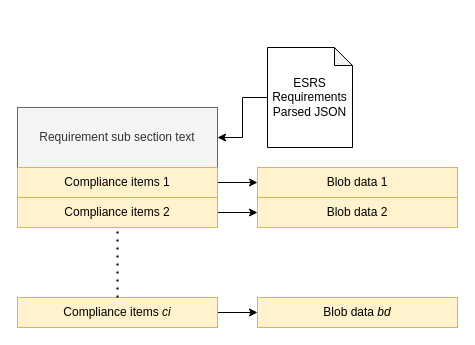
Before: page "Page-3" (3 of 5) of ir_sys.drawio in prabhupad26/100daysofML, a draw.io diagram. Source tidied: cells renumbered, new cells numbered last; positions are measured from the earlier drawing's top-left corner, leaving out a move shared by most shapes. Both pictures are drawn from the tidied source at 100%, with x=0, y=0 at pixel (17, 47).
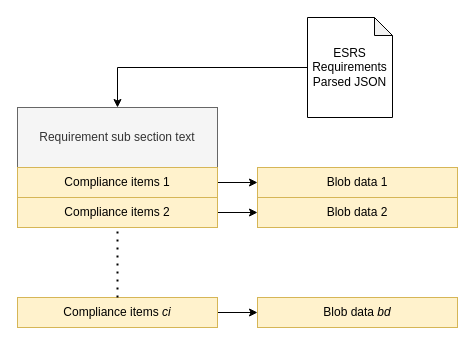
The same page after the edit.

The edit, as a diff of the source:
```diff
@@
 <mxGraphModel>
   <root>
     <mxCell id="0" />
     <mxCell id="1" parent="0" />
     <mxCell id="2" value="Requirement sub section text" style="rounded=0;whiteSpace=wrap;html=1;fillColor=#f5f5f5;strokeColor=#666666;fontColor=#333333;" parent="1" vertex="1">
       <mxGeometry y="60" width="200" height="60" as="geometry" />
     </mxCell>
     <mxCell id="3" style="edgeStyle=orthogonalEdgeStyle;rounded=0;jettySize=auto;html=1;entryX=0;entryY=0.5;entryDx=0;entryDy=0;" parent="1" edge="1" source="4" target="12">
       <mxGeometry relative="1" as="geometry" />
     </mxCell>
     <mxCell id="4" value="Compliance items 1" style="rounded=0;whiteSpace=wrap;html=1;fillColor=#fff2cc;strokeColor=#d6b656;" parent="1" vertex="1">
       <mxGeometry y="120" width="200" height="30" as="geometry" />
     </mxCell>
     <mxCell id="5" style="edgeStyle=orthogonalEdgeStyle;rounded=0;jettySize=auto;html=1;" parent="1" edge="1" source="6" target="14">
       <mxGeometry relative="1" as="geometry" />
     </mxCell>
     <mxCell id="6" value="Compliance items &lt;i&gt;ci&lt;/i&gt;" style="rounded=0;whiteSpace=wrap;html=1;fillColor=#fff2cc;strokeColor=#d6b656;" parent="1" vertex="1">
       <mxGeometry y="250" width="200" height="30" as="geometry" />
     </mxCell>
     <mxCell id="7" style="edgeStyle=orthogonalEdgeStyle;rounded=0;jettySize=auto;html=1;" parent="1" edge="1" source="8" target="13">
       <mxGeometry relative="1" as="geometry" />
     </mxCell>
     <mxCell id="8" value="Compliance items 2" style="rounded=0;whiteSpace=wrap;html=1;fillColor=#fff2cc;strokeColor=#d6b656;" parent="1" vertex="1">
       <mxGeometry y="150" width="200" height="30" as="geometry" />
     </mxCell>
     <mxCell id="9" style="endArrow=none;dashed=1;html=1;dashPattern=1 3;strokeWidth=2;rounded=0;entryX=0.5;entryY=1;entryDx=0;entryDy=0;exitX=0.5;exitY=0;exitDx=0;exitDy=0;" parent="1" edge="1" source="6" target="8">
       <mxGeometry relative="1" as="geometry" />
     </mxCell>
-    <mxCell id="10" style="edgeStyle=orthogonalEdgeStyle;rounded=0;jettySize=auto;html=1;entryX=1;entryY=0.5;entryDx=0;entryDy=0;" parent="1" edge="1" source="11" target="2">
+    <mxCell id="10" style="edgeStyle=orthogonalEdgeStyle;rounded=0;jettySize=auto;html=1;entryX=0.5;entryY=0;entryDx=0;entryDy=0;" parent="1" edge="1" source="11" target="2">
       <mxGeometry relative="1" as="geometry" />
     </mxCell>
     <mxCell id="11" value="ESRS Requirements Parsed JSON" style="shape=note;whiteSpace=wrap;html=1;backgroundOutline=1;darkOpacity=0.05;size=18;" parent="1" vertex="1">
-      <mxGeometry x="250" width="85" height="100" as="geometry" />
+      <mxGeometry x="290" y="-30" width="85" height="100" as="geometry" />
     </mxCell>
     <mxCell id="12" value="Blob data 1" style="rounded=0;whiteSpace=wrap;html=1;fillColor=#fff2cc;strokeColor=#d6b656;" parent="1" vertex="1">
       <mxGeometry x="240" y="120" width="200" height="30" as="geometry" />
     </mxCell>
     <mxCell id="13" value="Blob data 2" style="rounded=0;whiteSpace=wrap;html=1;fillColor=#fff2cc;strokeColor=#d6b656;" parent="1" vertex="1">
       <mxGeometry x="240" y="150" width="200" height="30" as="geometry" />
     </mxCell>
     <mxCell id="14" value="Blob data &lt;i&gt;bd&lt;/i&gt;" style="rounded=0;whiteSpace=wrap;html=1;fillColor=#fff2cc;strokeColor=#d6b656;" parent="1" vertex="1">
       <mxGeometry x="240" y="250" width="200" height="30" as="geometry" />
     </mxCell>
   </root>
 </mxGraphModel>
```
